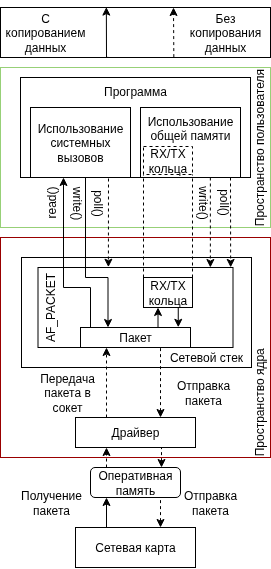
Earlier version of the draw.io export images/AF_PACKET_scheme.png (Dandya/fast-packets-book). Source tidied: cells renumbered, new cells last; positions are measured from the earlier drawing's top-left corner, leaving out a move shared by most shapes.
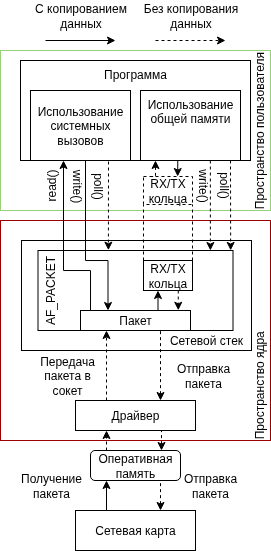
After the change.

Commit message:
End af_packet

Change to the diagram source:
```diff
@@ -135,7 +135,7 @@
       <mxGeometry x="143" y="270" width="49" height="30" as="geometry" />
     </mxCell>
     <mxCell id="33" value="RX/TX&lt;div&gt;кольца&lt;/div&gt;" style="rounded=0;whiteSpace=wrap;html=1;dashed=1;" parent="1" vertex="1">
-      <mxGeometry x="143" y="139" width="49" height="28" as="geometry" />
+      <mxGeometry x="143" y="186" width="49" height="28" as="geometry" />
     </mxCell>
     <mxCell id="34" value="AF_PACKET" style="text;html=1;align=center;verticalAlign=middle;whiteSpace=wrap;rounded=0;rotation=-90;" parent="1" vertex="1">
       <mxGeometry x="20" y="290" width="60" height="20" as="geometry" />
@@ -166,35 +166,43 @@
     <mxCell id="41" value="Пакет" style="rounded=0;whiteSpace=wrap;html=1;" parent="1" vertex="1">
       <mxGeometry x="80" y="320" width="110" height="20" as="geometry" />
     </mxCell>
-    <mxCell id="42" style="endArrow=classic;html=1;rounded=0;entryX=0.907;entryY=-0.011;entryDx=0;entryDy=0;entryPerimeter=0;exitX=0.75;exitY=1;exitDx=0;exitDy=0;" parent="1" edge="1">
+    <mxCell id="42" style="endArrow=classic;html=1;rounded=0;entryX=0.907;entryY=-0.011;entryDx=0;entryDy=0;entryPerimeter=0;exitX=0.75;exitY=1;exitDx=0;exitDy=0;dashed=1;" parent="1" edge="1">
       <mxGeometry relative="1" as="geometry">
         <mxPoint x="177.8" y="300" as="sourcePoint" />
         <mxPoint x="177.8" y="319.8" as="targetPoint" />
       </mxGeometry>
     </mxCell>
-    <mxCell id="43" style="rounded=0;whiteSpace=wrap;html=1;" parent="1" vertex="1">
-      <mxGeometry width="270" height="50" as="geometry" />
-    </mxCell>
     <mxCell id="44" value="С копированием данных" style="text;html=1;align=center;verticalAlign=middle;whiteSpace=wrap;rounded=0;" parent="1" vertex="1">
-      <mxGeometry x="15" y="10" width="60" height="30" as="geometry" />
+      <mxGeometry x="12.5" y="10" width="135" height="30" as="geometry" />
     </mxCell>
     <mxCell id="45" value="Без копирования данных" style="text;html=1;align=center;verticalAlign=middle;whiteSpace=wrap;rounded=0;" parent="1" vertex="1">
-      <mxGeometry x="195" y="10" width="60" height="30" as="geometry" />
+      <mxGeometry x="132.5" y="10" width="115" height="30" as="geometry" />
     </mxCell>
-    <mxCell id="46" style="endArrow=classic;html=1;rounded=0;entryX=0.392;entryY=-0.008;entryDx=0;entryDy=0;entryPerimeter=0;edgeStyle=orthogonalEdgeStyle;exitX=0.399;exitY=0.996;exitDx=0;exitDy=0;exitPerimeter=0;" parent="1" edge="1" source="43" target="43">
-      <mxGeometry relative="1" as="geometry">
-        <Array as="points">
-          <mxPoint x="106" y="50" />
-        </Array>
-      </mxGeometry>
-    </mxCell>
-    <mxCell id="47" style="endArrow=classic;html=1;rounded=0;entryX=0.392;entryY=-0.008;entryDx=0;entryDy=0;entryPerimeter=0;edgeStyle=orthogonalEdgeStyle;dashed=1;exitX=0.642;exitY=0.992;exitDx=0;exitDy=0;exitPerimeter=0;" parent="1" edge="1" source="43">
-      <mxGeometry relative="1" as="geometry">
-        <mxPoint x="173" as="targetPoint" />
-        <Array as="points">
-          <mxPoint x="173" y="50" />
-        </Array>
-      </mxGeometry>
-    </mxCell>
+    <mxCell id="48" style="edgeStyle=orthogonalEdgeStyle;rounded=0;orthogonalLoop=1;jettySize=auto;html=1;entryX=0.75;entryY=0;entryDx=0;entryDy=0;startArrow=classic;startFill=1;endArrow=none;endFill=0;dashed=1;" parent="1" edge="1">
+      <mxGeometry relative="1" as="geometry">
+        <mxPoint x="155" y="170" as="sourcePoint" />
+        <mxPoint x="150" y="186" as="targetPoint" />
+        <Array as="points">
+          <mxPoint x="155.5" y="186" />
+        </Array>
+      </mxGeometry>
+    </mxCell>
+    <mxCell id="49" style="endArrow=classic;html=1;rounded=0;entryX=0.907;entryY=-0.011;entryDx=0;entryDy=0;entryPerimeter=0;exitX=0.373;exitY=0.994;exitDx=0;exitDy=0;exitPerimeter=0;" parent="1" edge="1" source="9">
+      <mxGeometry relative="1" as="geometry">
+        <mxPoint x="177.1" y="186" as="targetPoint" />
+      </mxGeometry>
+    </mxCell>
+    <mxCell id="50" style="endArrow=classic;html=1;rounded=0;dashed=1;" parent="1" edge="1">
+      <mxGeometry relative="1" as="geometry">
+        <mxPoint x="155" y="50" as="sourcePoint" />
+        <mxPoint x="225" y="50" as="targetPoint" />
+      </mxGeometry>
+    </mxCell>
+    <mxCell id="51" style="endArrow=classic;html=1;rounded=0;" parent="1" edge="1">
+      <mxGeometry relative="1" as="geometry">
+        <mxPoint x="45" y="50" as="sourcePoint" />
+        <mxPoint x="115" y="50" as="targetPoint" />
+      </mxGeometry>
+    </mxCell>
   </root>
 </mxGraphModel>
```
